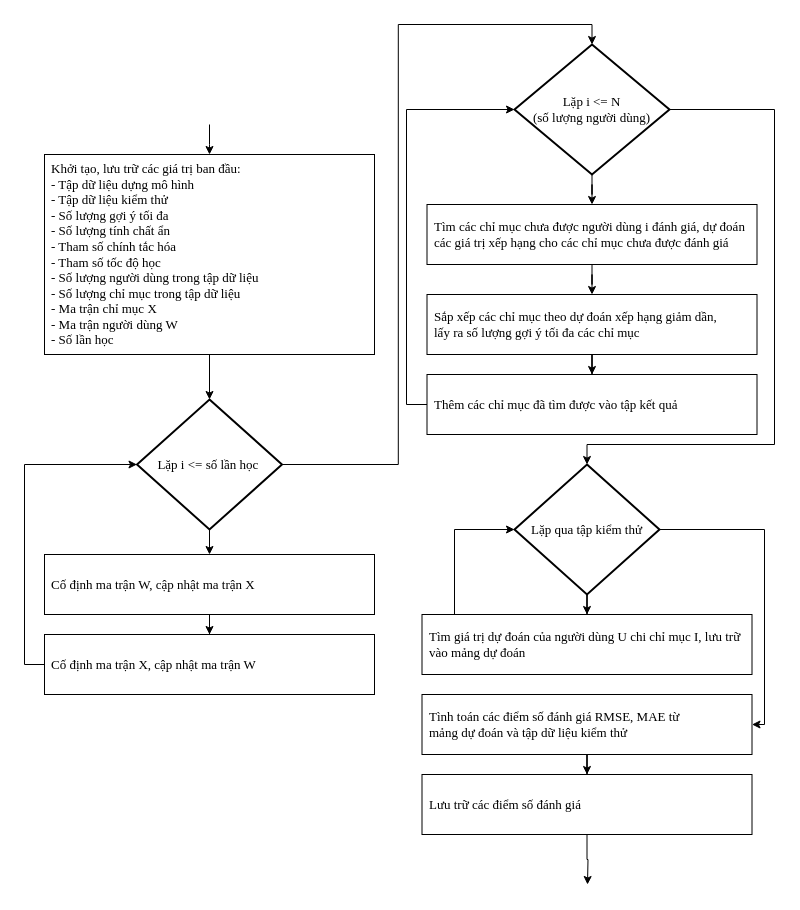
Before: page "flow mf" (17 of 33) of full-chart.drawio in nlhtrung00/MidRS, a draw.io diagram. Source tidied: cells renumbered, new cells numbered last; positions are measured from the earlier drawing's top-left corner, leaving out a move shared by most shapes. Both pictures are drawn from the tidied source at 100%, with x=0, y=0 at pixel (24, 44).
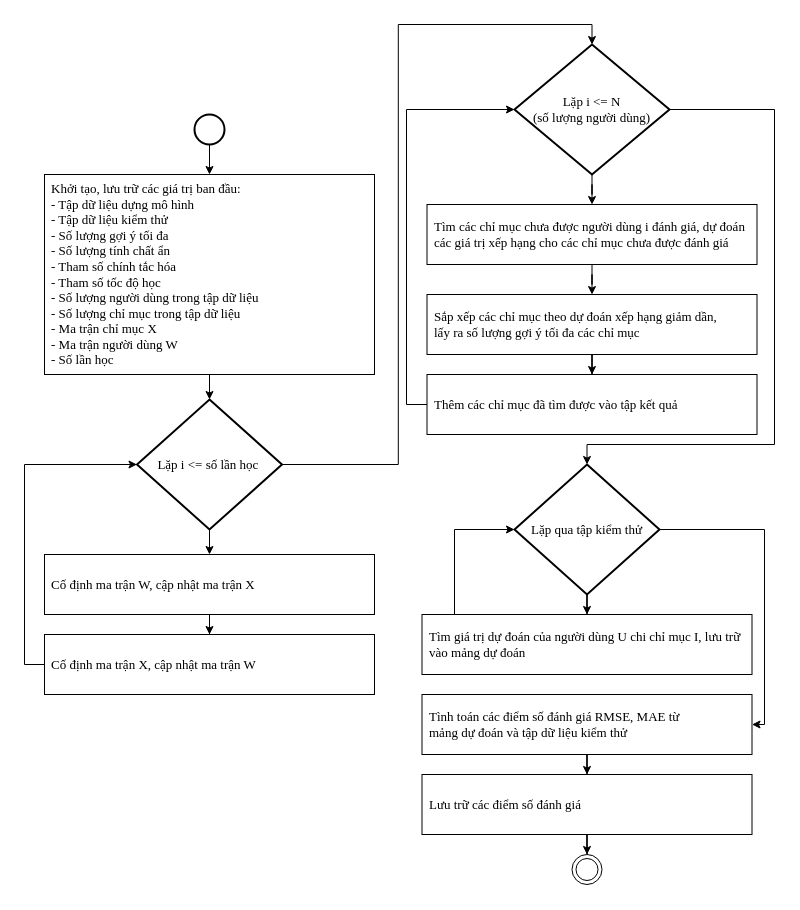
The same diagram, later.

The change refers to these unchanged cells:
```xml
<mxCell id="22" value="&lt;span style=&quot;font-weight: 400;&quot;&gt;Lưu trữ các điểm số đánh giá&lt;br&gt;&lt;/span&gt;" style="html=1;dashed=0;whitespace=wrap;labelBorderColor=none;fillStyle=auto;fontFamily=Times New Roman;fontSize=13;fontStyle=1;align=left;spacingRight=1;spacingLeft=5;" parent="1" vertex="1">
  <mxGeometry x="397.5" y="730" width="330" height="60" as="geometry" />
</mxCell>
```

Change to the diagram source:
```diff
@@
     <mxCell id="3" value="&lt;span style=&quot;font-weight: 400;&quot;&gt;Khởi tạo, lưu trữ các giá trị ban đầu:&lt;br&gt;- Tập dữ liệu dựng mô hình&lt;br&gt;- Tập dữ liệu kiểm thử&lt;br&gt;- Số lượng gợi ý tối đa&lt;br&gt;- Số lượng tính chất ẩn&lt;br&gt;- Tham số chính tắc hóa&lt;br&gt;- Tham số tốc độ học&amp;nbsp;&lt;br&gt;- Số lượng người dùng trong tập dữ liệu&lt;br&gt;- Số lượng chỉ mục trong tập dữ liệu&lt;br&gt;- Ma trận chỉ mục X&lt;br&gt;- Ma trận người dùng W&lt;br&gt;- Số lần học&lt;br&gt;&lt;/span&gt;" style="html=1;dashed=0;whitespace=wrap;labelBorderColor=none;fillStyle=auto;fontFamily=Times New Roman;fontSize=13;fontStyle=1;align=left;spacingLeft=5;" parent="1" vertex="1">
-      <mxGeometry x="20" y="110" width="330" height="200" as="geometry" />
+      <mxGeometry x="20" y="130" width="330" height="200" as="geometry" />
     </mxCell>
@@
-    <mxCell id="18" style="edgeStyle=orthogonalEdgeStyle;jettySize=auto;html=1;strokeColor=default;fontFamily=Times New Roman;fontSize=13;rounded=0;entryX=0.5;entryY=0;entryDx=0;entryDy=0;" parent="1" edge="1" target="3">
+    <mxCell id="18" style="edgeStyle=orthogonalEdgeStyle;jettySize=auto;html=1;strokeColor=default;fontFamily=Times New Roman;fontSize=13;rounded=0;entryX=0.5;entryY=0;entryDx=0;entryDy=0;exitX=0.5;exitY=1;exitDx=0;exitDy=0;exitPerimeter=0;" parent="1" edge="1" source="31" target="3">
       <mxGeometry relative="1" as="geometry">
-        <mxPoint x="185" y="80" as="sourcePoint" />
         <Array as="points">
-          <mxPoint x="185" y="100" />
-          <mxPoint x="185" y="100" />
+          <mxPoint x="185" y="70" />
         </Array>
       </mxGeometry>
     </mxCell>
@@
-    <mxCell id="21" style="edgeStyle=orthogonalEdgeStyle;rounded=0;jettySize=auto;html=1;strokeColor=default;fontFamily=Times New Roman;fontSize=13;" parent="1" edge="1" source="22">
-      <mxGeometry relative="1" as="geometry">
-        <mxPoint x="563" y="840" as="targetPoint" />
-      </mxGeometry>
+    <mxCell id="21" style="edgeStyle=orthogonalEdgeStyle;rounded=0;jettySize=auto;html=1;strokeColor=default;fontFamily=Times New Roman;fontSize=13;entryX=0.5;entryY=0;entryDx=0;entryDy=0;" parent="1" edge="1" source="22" target="30">
+      <mxGeometry relative="1" as="geometry" />
     </mxCell>
@@
+    <mxCell id="30" style="ellipse;shape=doubleEllipse;html=1;dashed=0;whitespace=wrap;fontFamily=Times New Roman;fontSize=15;" parent="1" vertex="1">
+      <mxGeometry x="547.5" y="810" width="30" height="30" as="geometry" />
+    </mxCell>
+    <mxCell id="31" style="strokeWidth=2;html=1;shape=mxgraph.flowchart.start_2;whiteSpace=wrap;fontFamily=Times New Roman;fontSize=15;" parent="1" vertex="1">
+      <mxGeometry x="170" y="70" width="30" height="30" as="geometry" />
+    </mxCell>
```
